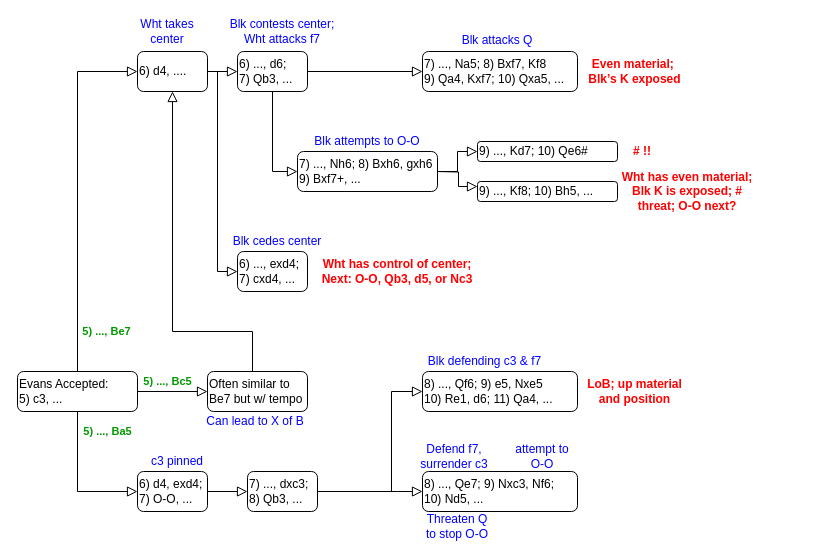
Earlier version of the draw.io diagram Evans - 20200628 v01.drawio (tsnellgrove/draw.io). Source tidied: cells renumbered, new cells numbered last; positions are measured from the earlier drawing's top-left corner, leaving out a move shared by most shapes. Both pictures are drawn from the tidied source at 100%, with x=0, y=0 at pixel (17, 21).
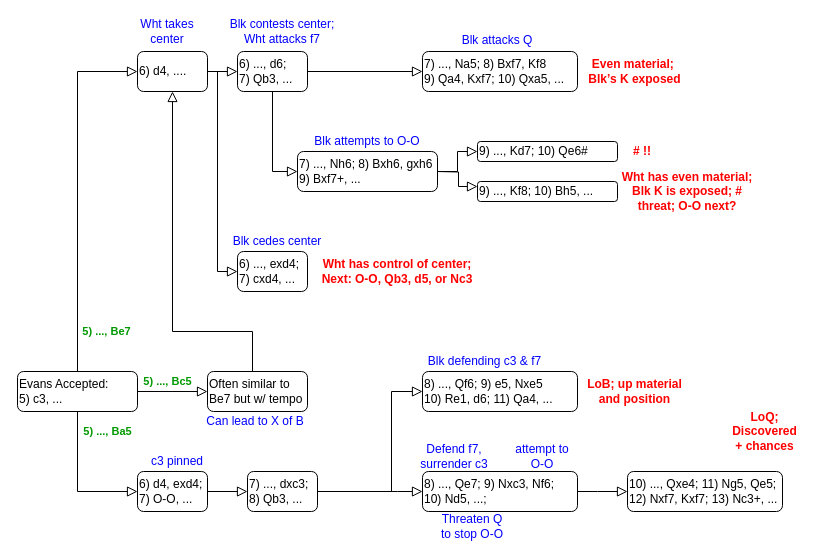
The same page after the edit.

What changed in the source:
```diff
@@
-    <mxCell id="39" value="8) ..., Qe7; 9) Nxc3, Nf6;&lt;br&gt;10) Nd5, ..." style="rounded=1;whiteSpace=wrap;html=1;fontSize=12;glass=0;strokeWidth=1;shadow=0;align=left;" parent="1" vertex="1">
+    <mxCell id="39" value="8) ..., Qe7; 9) Nxc3, Nf6;&lt;br&gt;10) Nd5, ...;" style="rounded=1;whiteSpace=wrap;html=1;fontSize=12;glass=0;strokeWidth=1;shadow=0;align=left;" parent="1" vertex="1">
       <mxGeometry x="405" y="450" width="155" height="40" as="geometry" />
     </mxCell>
@@
     <mxCell id="43" value="Threaten Q to stop O-O" style="text;html=1;strokeColor=none;fillColor=none;align=center;verticalAlign=middle;whiteSpace=wrap;rounded=0;fontColor=#0000FF;" parent="1" vertex="1">
-      <mxGeometry x="405" y="495" width="70" height="20" as="geometry" />
+      <mxGeometry x="420" y="494.5" width="70" height="20" as="geometry" />
     </mxCell>
+    <mxCell id="44" value="10) ..., Qxe4; 11) Ng5, Qe5;&lt;br&gt;12) Nxf7, Kxf7; 13) Nc3+, ..." style="rounded=1;whiteSpace=wrap;html=1;fontSize=12;glass=0;strokeWidth=1;shadow=0;align=left;" parent="1" vertex="1">
+      <mxGeometry x="610" y="450" width="155" height="40" as="geometry" />
+    </mxCell>
+    <mxCell id="45" style="rounded=0;html=1;jettySize=auto;fontSize=11;endArrow=block;endFill=0;endSize=8;strokeWidth=1;shadow=0;labelBackgroundColor=none;edgeStyle=orthogonalEdgeStyle;exitX=1;exitY=0.5;exitDx=0;exitDy=0;" parent="1" edge="1" source="39">
+      <mxGeometry relative="1" as="geometry">
+        <mxPoint x="610" y="470" as="targetPoint" />
+        <Array as="points">
+          <mxPoint x="580" y="470" />
+        </Array>
+      </mxGeometry>
+    </mxCell>
+    <mxCell id="46" value="&lt;b&gt;LoQ; Discovered + chances&lt;br&gt;&lt;/b&gt;" style="text;html=1;strokeColor=none;fillColor=none;align=center;verticalAlign=middle;whiteSpace=wrap;rounded=0;fontColor=#FF0000;" parent="1" vertex="1">
+      <mxGeometry x="710" y="380" width="75" height="60" as="geometry" />
+    </mxCell>
```
